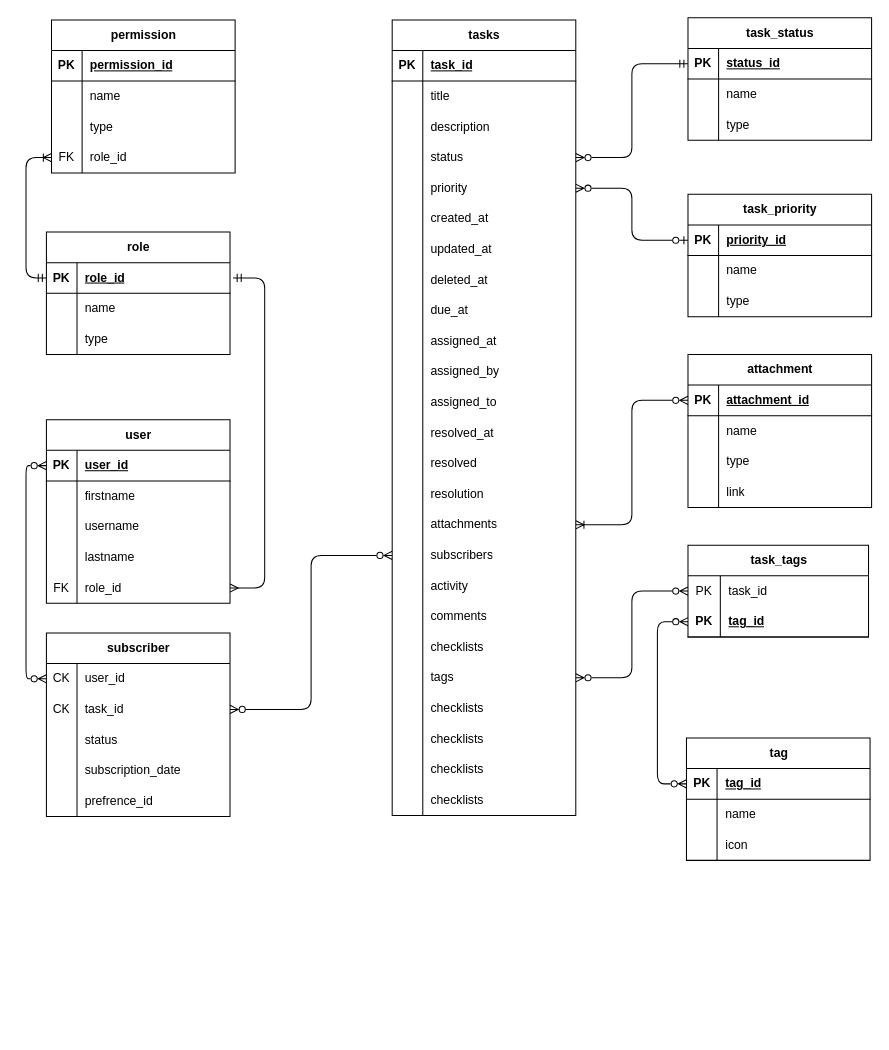
Before: Untitled Diagram.drawio in sonu-nigam/workflow, a draw.io diagram. Source tidied: cells renumbered, new cells numbered last; positions are measured from the earlier drawing's top-left corner, leaving out a move shared by most shapes. Both pictures are drawn from the tidied source at 102%, with x=0, y=0 at pixel (46, 17).
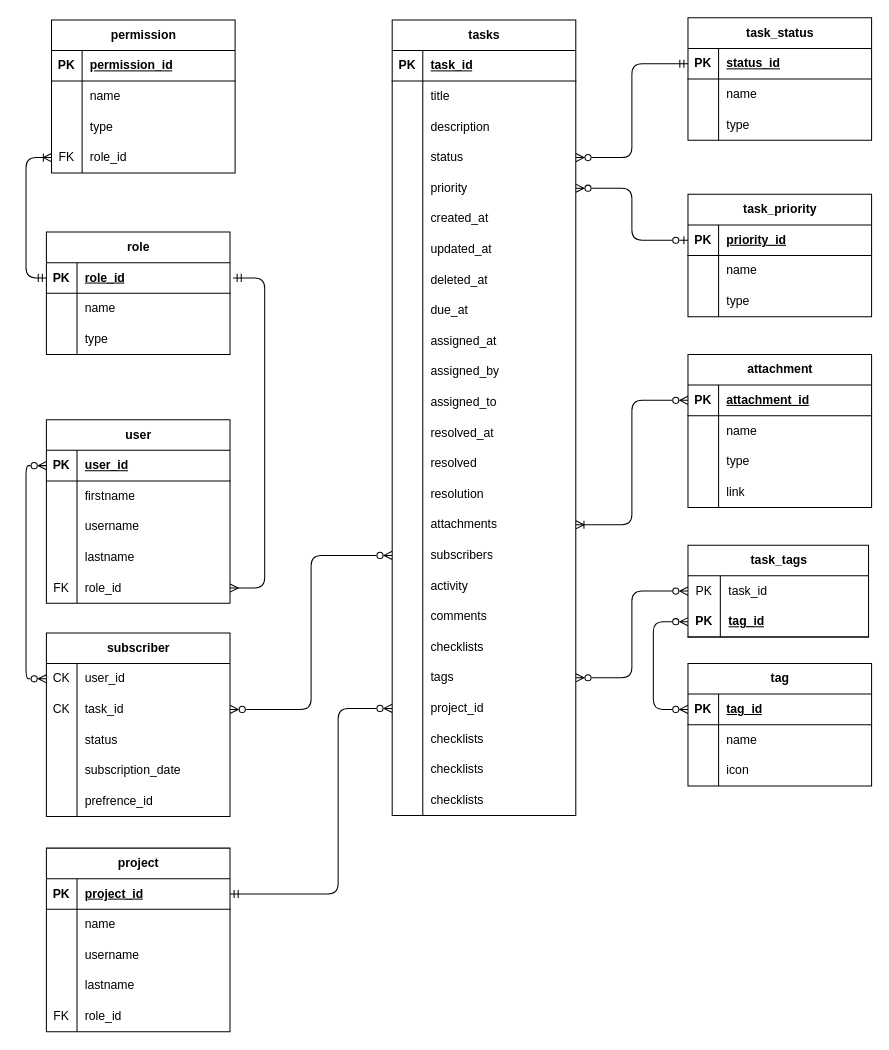
The same page after the edit.

Unchanged cells that the change refers to:
```xml
<mxCell id="92" style="shape=tableRow;horizontal=0;startSize=0;swimlaneHead=0;swimlaneBody=0;fillColor=none;points=[[0,0.5],[1,0.5]];portConstraint=eastwest;top=0;left=0;right=0;bottom=0;" parent="28" vertex="1">
  <mxGeometry y="660" width="180" height="30" as="geometry" />
</mxCell>
<mxCell id="139" style="shape=tableRow;horizontal=0;startSize=0;swimlaneHead=0;swimlaneBody=0;fillColor=none;points=[[0,0.5],[1,0.5]];portConstraint=eastwest;top=0;left=0;right=0;bottom=1;rounded=0;" parent="138" vertex="1">
  <mxGeometry y="30" width="180" height="30" as="geometry" />
</mxCell>
<mxCell id="185" style="shape=tableRow;horizontal=0;startSize=0;swimlaneHead=0;swimlaneBody=0;fillColor=none;points=[[0,0.5],[1,0.5]];portConstraint=eastwest;top=0;left=0;right=0;bottom=1;rounded=0;" parent="181" vertex="1">
  <mxGeometry y="60" width="177" height="30" as="geometry" />
</mxCell>
```

Change to the diagram source:
```diff
@@
-    <mxCell id="94" value="checklists" style="shape=partialRectangle;fillColor=none;top=0;left=0;bottom=0;right=0;align=left;spacingLeft=6;overflow=hidden;whiteSpace=wrap;html=1;" parent="92" vertex="1">
+    <mxCell id="94" value="project_id" style="shape=partialRectangle;fillColor=none;top=0;left=0;bottom=0;right=0;align=left;spacingLeft=6;overflow=hidden;whiteSpace=wrap;html=1;" parent="92" vertex="1">
       <mxGeometry x="30" width="150" height="30" as="geometry" />
     </mxCell>
@@
     <mxCell id="138" value="tag" style="shape=table;startSize=30;childLayout=tableLayout;rowLines=0;fontStyle=1;align=center;html=1;rounded=0;" parent="1" vertex="1">
-      <mxGeometry x="627.5" y="706" width="180" height="120" as="geometry" />
+      <mxGeometry x="629" y="633" width="180" height="120" as="geometry" />
     </mxCell>
@@
     <mxCell id="191" style="edgeStyle=orthogonalEdgeStyle;rounded=1;jettySize=auto;html=1;entryX=0;entryY=0.5;entryDx=0;entryDy=0;startArrow=ERzeroToMany;startFill=0;endArrow=ERzeroToMany;endFill=0;curved=0;" parent="1" edge="1" source="185" target="139">
       <mxGeometry relative="1" as="geometry">
         <Array as="points">
-          <mxPoint x="599" y="592" />
-          <mxPoint x="599" y="751" />
+          <mxPoint x="595" y="592" />
+          <mxPoint x="595" y="678" />
         </Array>
       </mxGeometry>
     </mxCell>
+    <mxCell id="192" value="project" style="shape=table;startSize=30;childLayout=tableLayout;rowLines=0;fontStyle=1;align=center;html=1;rounded=0;" parent="1" vertex="1">
+      <mxGeometry y="814" width="180" height="180" as="geometry" />
+    </mxCell>
+    <mxCell id="193" style="shape=tableRow;horizontal=0;startSize=0;swimlaneHead=0;swimlaneBody=0;fillColor=none;points=[[0,0.5],[1,0.5]];portConstraint=eastwest;top=0;left=0;right=0;bottom=1;rounded=0;" parent="192" vertex="1">
+      <mxGeometry y="30" width="180" height="30" as="geometry" />
+    </mxCell>
+    <mxCell id="194" value="PK" style="shape=partialRectangle;fillColor=none;top=0;left=0;bottom=0;right=0;fontStyle=1;overflow=hidden;whiteSpace=wrap;html=1;rounded=0;" parent="193" vertex="1">
+      <mxGeometry width="30" height="30" as="geometry" />
+    </mxCell>
+    <mxCell id="195" value="project_id" style="shape=partialRectangle;fillColor=none;top=0;left=0;bottom=0;right=0;align=left;spacingLeft=6;fontStyle=5;overflow=hidden;whiteSpace=wrap;html=1;rounded=0;" parent="193" vertex="1">
+      <mxGeometry x="30" width="150" height="30" as="geometry" />
+    </mxCell>
+    <mxCell id="196" style="shape=tableRow;horizontal=0;startSize=0;swimlaneHead=0;swimlaneBody=0;fillColor=none;top=0;left=0;right=0;bottom=0;rounded=0;" parent="192" vertex="1">
+      <mxGeometry y="60" width="180" height="30" as="geometry" />
+    </mxCell>
+    <mxCell id="197" style="shape=partialRectangle;fillColor=none;top=0;left=0;bottom=0;right=0;overflow=hidden;whiteSpace=wrap;html=1;rounded=0;" parent="196" vertex="1">
+      <mxGeometry width="30" height="30" as="geometry" />
+    </mxCell>
+    <mxCell id="198" value="name" style="shape=partialRectangle;fillColor=none;top=0;left=0;bottom=0;right=0;align=left;spacingLeft=6;overflow=hidden;whiteSpace=wrap;html=1;rounded=0;" parent="196" vertex="1">
+      <mxGeometry x="30" width="150" height="30" as="geometry" />
+    </mxCell>
+    <mxCell id="199" style="shape=tableRow;horizontal=0;startSize=0;swimlaneHead=0;swimlaneBody=0;fillColor=none;top=0;left=0;right=0;bottom=0;rounded=0;" parent="192" vertex="1">
+      <mxGeometry y="90" width="180" height="30" as="geometry" />
+    </mxCell>
+    <mxCell id="200" style="shape=partialRectangle;fillColor=none;top=0;left=0;bottom=0;right=0;overflow=hidden;whiteSpace=wrap;html=1;rounded=0;" parent="199" vertex="1">
+      <mxGeometry width="30" height="30" as="geometry" />
+    </mxCell>
+    <mxCell id="201" value="username" style="shape=partialRectangle;fillColor=none;top=0;left=0;bottom=0;right=0;align=left;spacingLeft=6;overflow=hidden;whiteSpace=wrap;html=1;rounded=0;" parent="199" vertex="1">
+      <mxGeometry x="30" width="150" height="30" as="geometry" />
+    </mxCell>
+    <mxCell id="202" style="shape=tableRow;horizontal=0;startSize=0;swimlaneHead=0;swimlaneBody=0;fillColor=none;top=0;left=0;right=0;bottom=0;rounded=0;" parent="192" vertex="1">
+      <mxGeometry y="120" width="180" height="30" as="geometry" />
+    </mxCell>
+    <mxCell id="203" style="shape=partialRectangle;fillColor=none;top=0;left=0;bottom=0;right=0;overflow=hidden;whiteSpace=wrap;html=1;rounded=0;" parent="202" vertex="1">
+      <mxGeometry width="30" height="30" as="geometry" />
+    </mxCell>
+    <mxCell id="204" value="lastname" style="shape=partialRectangle;fillColor=none;top=0;left=0;bottom=0;right=0;align=left;spacingLeft=6;overflow=hidden;whiteSpace=wrap;html=1;rounded=0;" parent="202" vertex="1">
+      <mxGeometry x="30" width="150" height="30" as="geometry" />
+    </mxCell>
+    <mxCell id="205" style="shape=tableRow;horizontal=0;startSize=0;swimlaneHead=0;swimlaneBody=0;fillColor=none;top=0;left=0;right=0;bottom=0;rounded=0;" parent="192" vertex="1">
+      <mxGeometry y="150" width="180" height="30" as="geometry" />
+    </mxCell>
+    <mxCell id="206" value="FK" style="shape=partialRectangle;fillColor=none;top=0;left=0;bottom=0;right=0;overflow=hidden;whiteSpace=wrap;html=1;rounded=0;" parent="205" vertex="1">
+      <mxGeometry width="30" height="30" as="geometry" />
+    </mxCell>
+    <mxCell id="207" value="role_id" style="shape=partialRectangle;fillColor=none;top=0;left=0;bottom=0;right=0;align=left;spacingLeft=6;overflow=hidden;whiteSpace=wrap;html=1;rounded=0;" parent="205" vertex="1">
+      <mxGeometry x="30" width="150" height="30" as="geometry" />
+    </mxCell>
+    <mxCell id="208" style="edgeStyle=orthogonalEdgeStyle;rounded=1;jettySize=auto;html=1;entryX=0;entryY=0.5;entryDx=0;entryDy=0;curved=0;startArrow=ERmandOne;startFill=0;endArrow=ERzeroToMany;endFill=0;" parent="1" edge="1" source="193" target="92">
+      <mxGeometry relative="1" as="geometry">
+        <Array as="points">
+          <mxPoint x="286" y="859" />
+          <mxPoint x="286" y="677" />
+        </Array>
+      </mxGeometry>
+    </mxCell>
```
